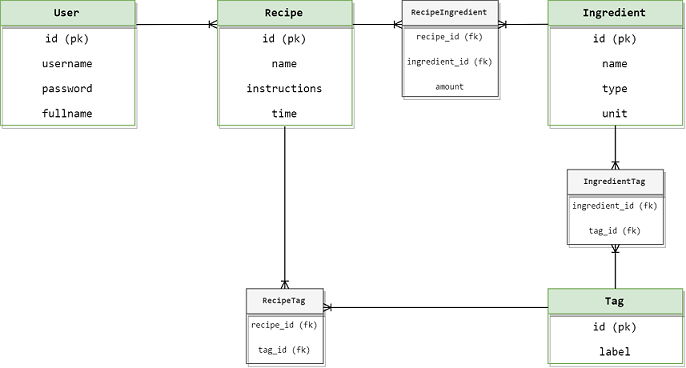
Before: project/kaavio.png, a diagram exported from draw.io (ilarijn/recipebase). Source tidied: cells renumbered, new cells last; positions are measured from the earlier drawing's top-left corner, leaving out a move shared by most shapes. Its diagram source:
```xml
<mxGraphModel>
  <root>
    <mxCell id="0" />
    <mxCell id="1" parent="0" />
    <mxCell id="2" value="User" style="swimlane;fontStyle=1;horizontal=1;startSize=26;fillColor=#d5e8d4;rounded=0;shadow=1;glass=0;comic=0;strokeColor=#82b366;swimlaneLine=1;fontFamily=Consolas;" parent="1" vertex="1">
      <mxGeometry width="140" height="130" as="geometry" />
    </mxCell>
    <mxCell id="3" value="id (pk)" style="text;strokeColor=none;fillColor=none;align=center;verticalAlign=top;spacingLeft=4;spacingRight=4;overflow=hidden;fontFamily=Consolas;" parent="2" vertex="1">
      <mxGeometry y="26" width="140" height="26" as="geometry" />
    </mxCell>
    <mxCell id="4" value="username" style="text;strokeColor=none;fillColor=none;align=center;verticalAlign=top;spacingLeft=4;spacingRight=4;overflow=hidden;shadow=1;fontFamily=Consolas;" parent="2" vertex="1">
      <mxGeometry y="52" width="140" height="26" as="geometry" />
    </mxCell>
    <mxCell id="5" value="password" style="text;strokeColor=none;fillColor=none;align=center;verticalAlign=top;spacingLeft=4;spacingRight=4;overflow=hidden;shadow=1;fontFamily=Consolas;" parent="2" vertex="1">
      <mxGeometry y="78" width="140" height="26" as="geometry" />
    </mxCell>
    <mxCell id="6" value="fullname" style="text;strokeColor=none;fillColor=none;align=center;verticalAlign=top;spacingLeft=4;spacingRight=4;overflow=hidden;shadow=1;fontFamily=Consolas;" parent="2" vertex="1">
      <mxGeometry y="104" width="140" height="26" as="geometry" />
    </mxCell>
    <mxCell id="7" value="Recipe" style="swimlane;fontStyle=1;horizontal=1;startSize=26;fillColor=#d5e8d4;rounded=0;shadow=1;glass=0;comic=0;strokeColor=#82b366;align=center;fontFamily=Consolas;" parent="1" vertex="1">
      <mxGeometry x="226" width="140" height="130" as="geometry" />
    </mxCell>
    <mxCell id="8" value="id (pk)" style="text;strokeColor=none;fillColor=none;align=center;verticalAlign=top;spacingLeft=4;spacingRight=4;overflow=hidden;points=[[0,0.5],[1,0.5]];portConstraint=eastwest;fontFamily=Consolas;" parent="7" vertex="1">
      <mxGeometry y="26" width="140" height="26" as="geometry" />
    </mxCell>
    <mxCell id="9" value="name" style="text;strokeColor=none;fillColor=none;align=center;verticalAlign=top;spacingLeft=4;spacingRight=4;overflow=hidden;fontFamily=Consolas;" parent="7" vertex="1">
      <mxGeometry y="52" width="140" height="26" as="geometry" />
    </mxCell>
    <mxCell id="10" value="instructions" style="text;strokeColor=none;fillColor=none;align=center;verticalAlign=top;spacingLeft=4;spacingRight=4;overflow=hidden;fontFamily=Consolas;" parent="7" vertex="1">
      <mxGeometry y="78" width="140" height="26" as="geometry" />
    </mxCell>
    <mxCell id="11" value="time" style="text;strokeColor=none;fillColor=none;align=center;verticalAlign=top;spacingLeft=4;spacingRight=4;overflow=hidden;fontFamily=Consolas;" parent="7" vertex="1">
      <mxGeometry y="104" width="140" height="26" as="geometry" />
    </mxCell>
    <mxCell id="12" value="Ingredient" style="swimlane;fontStyle=1;horizontal=1;startSize=26;fillColor=#d5e8d4;rounded=0;shadow=1;glass=0;comic=0;strokeColor=#82b366;align=center;fontFamily=Consolas;" parent="1" vertex="1">
      <mxGeometry x="570" width="140" height="130" as="geometry" />
    </mxCell>
    <mxCell id="13" value="id (pk)" style="text;strokeColor=none;fillColor=none;align=center;verticalAlign=top;spacingLeft=4;spacingRight=4;overflow=hidden;fontFamily=Consolas;" parent="12" vertex="1">
      <mxGeometry y="26" width="140" height="26" as="geometry" />
    </mxCell>
    <mxCell id="14" value="name" style="text;strokeColor=none;fillColor=none;align=center;verticalAlign=top;spacingLeft=4;spacingRight=4;overflow=hidden;fontFamily=Consolas;" parent="12" vertex="1">
      <mxGeometry y="52" width="140" height="26" as="geometry" />
    </mxCell>
    <mxCell id="15" value="type" style="text;strokeColor=none;fillColor=none;align=center;verticalAlign=top;spacingLeft=4;spacingRight=4;overflow=hidden;fontFamily=Consolas;" parent="12" vertex="1">
      <mxGeometry y="78" width="140" height="26" as="geometry" />
    </mxCell>
    <mxCell id="16" value="unit" style="text;strokeColor=none;fillColor=none;align=center;verticalAlign=top;spacingLeft=4;spacingRight=4;overflow=hidden;fontFamily=Consolas;" parent="12" vertex="1">
      <mxGeometry y="104" width="140" height="26" as="geometry" />
    </mxCell>
    <mxCell id="17" value="Tag" style="swimlane;fontStyle=1;horizontal=1;startSize=26;fillColor=#d5e8d4;rounded=0;shadow=1;glass=0;comic=0;strokeColor=#82b366;align=center;fontFamily=Consolas;" parent="1" vertex="1">
      <mxGeometry x="570" y="300" width="140" height="78" as="geometry" />
    </mxCell>
    <mxCell id="18" value="id (pk)" style="text;strokeColor=none;fillColor=none;align=center;verticalAlign=top;spacingLeft=4;spacingRight=4;overflow=hidden;fontFamily=Consolas;" parent="17" vertex="1">
      <mxGeometry y="26" width="140" height="26" as="geometry" />
    </mxCell>
    <mxCell id="19" value="label" style="text;strokeColor=none;fillColor=none;align=center;verticalAlign=top;spacingLeft=4;spacingRight=4;overflow=hidden;fontFamily=Consolas;" parent="17" vertex="1">
      <mxGeometry y="52" width="140" height="26" as="geometry" />
    </mxCell>
    <mxCell id="20" style="line;strokeWidth=1;fillColor=none;align=left;verticalAlign=middle;spacingTop=-1;spacingLeft=3;spacingRight=3;labelPosition=right;rounded=0;shadow=1;glass=0;comic=0;fontFamily=Consolas;" parent="1" vertex="1">
      <mxGeometry x="590" y="100" width="40" as="geometry" />
    </mxCell>
    <mxCell id="21" value="RecipeIngredient" style="swimlane;fontStyle=1;horizontal=1;startSize=26;fillColor=#f5f5f5;rounded=0;shadow=1;glass=0;comic=0;strokeColor=#666666;swimlaneLine=1;fontFamily=Consolas;fontSize=9;fontColor=#333333;" parent="1" vertex="1">
      <mxGeometry x="418" width="100" height="100" as="geometry" />
    </mxCell>
    <mxCell id="22" value="recipe_id (fk)" style="text;strokeColor=none;fillColor=none;align=center;verticalAlign=top;spacingLeft=4;spacingRight=4;overflow=hidden;shadow=1;fontFamily=Consolas;fontSize=9;" parent="21" vertex="1">
      <mxGeometry y="26" width="100" height="26" as="geometry" />
    </mxCell>
    <mxCell id="23" value="ingredient_id (fk)" style="text;strokeColor=none;fillColor=none;align=center;verticalAlign=top;spacingLeft=4;spacingRight=4;overflow=hidden;shadow=1;fontFamily=Consolas;fontSize=9;" parent="21" vertex="1">
      <mxGeometry y="52" width="100" height="26" as="geometry" />
    </mxCell>
    <mxCell id="24" value="amount" style="text;strokeColor=none;fillColor=none;align=center;verticalAlign=top;spacingLeft=4;spacingRight=4;overflow=hidden;shadow=1;fontFamily=Consolas;fontSize=9;" parent="21" vertex="1">
      <mxGeometry y="78" width="100" height="22" as="geometry" />
    </mxCell>
    <mxCell id="25" value="IngredientTag" style="swimlane;fontStyle=1;horizontal=1;startSize=26;fillColor=#f5f5f5;rounded=0;shadow=1;glass=0;comic=0;strokeColor=#666666;swimlaneLine=1;fontFamily=Consolas;fontSize=9;fontColor=#333333;" parent="1" vertex="1">
      <mxGeometry x="590" y="176" width="100" height="78" as="geometry" />
    </mxCell>
    <mxCell id="26" value="ingredient_id (fk)" style="text;strokeColor=none;fillColor=none;align=center;verticalAlign=top;spacingLeft=4;spacingRight=4;overflow=hidden;shadow=1;fontFamily=Consolas;fontSize=9;" parent="25" vertex="1">
      <mxGeometry y="26" width="100" height="26" as="geometry" />
    </mxCell>
    <mxCell id="27" value="tag_id (fk)" style="text;strokeColor=none;fillColor=none;align=center;verticalAlign=top;spacingLeft=4;spacingRight=4;overflow=hidden;shadow=1;fontFamily=Consolas;fontSize=9;" parent="25" vertex="1">
      <mxGeometry y="52" width="100" height="26" as="geometry" />
    </mxCell>
    <mxCell id="28" value="RecipeTag" style="swimlane;fontStyle=1;horizontal=1;startSize=26;fillColor=#f5f5f5;rounded=0;shadow=1;glass=0;comic=0;strokeColor=#666666;swimlaneLine=1;fontFamily=Consolas;fontSize=9;fontColor=#333333;" parent="1" vertex="1">
      <mxGeometry x="256" y="300" width="80" height="78" as="geometry" />
    </mxCell>
    <mxCell id="29" value="recipe_id (fk)" style="text;strokeColor=none;fillColor=none;align=center;verticalAlign=top;spacingLeft=4;spacingRight=4;overflow=hidden;shadow=1;fontFamily=Consolas;fontSize=9;" parent="28" vertex="1">
      <mxGeometry y="26" width="80" height="26" as="geometry" />
    </mxCell>
    <mxCell id="30" value="tag_id (fk)" style="text;strokeColor=none;fillColor=none;align=center;verticalAlign=top;spacingLeft=4;spacingRight=4;overflow=hidden;shadow=1;fontFamily=Consolas;fontSize=9;" parent="28" vertex="1">
      <mxGeometry y="52" width="80" height="26" as="geometry" />
    </mxCell>
    <mxCell id="31" style="fontSize=12;html=1;endArrow=ERoneToMany;exitX=1.011;exitY=0.193;exitDx=0;exitDy=0;exitPerimeter=0;entryX=-0.005;entryY=-0.045;entryDx=0;entryDy=0;entryPerimeter=0;" parent="1" edge="1" source="2" target="8">
      <mxGeometry relative="1" as="geometry" />
    </mxCell>
    <mxCell id="32" style="fontSize=12;html=1;endArrow=ERoneToMany;exitX=1.005;exitY=0.191;exitDx=0;exitDy=0;exitPerimeter=0;entryX=0;entryY=0.25;entryDx=0;entryDy=0;" parent="1" edge="1" source="7" target="21">
      <mxGeometry relative="1" as="geometry" />
    </mxCell>
    <mxCell id="33" style="fontSize=12;html=1;endArrow=ERoneToMany;entryX=1;entryY=0.25;entryDx=0;entryDy=0;exitX=0.001;exitY=0.19;exitDx=0;exitDy=0;exitPerimeter=0;" parent="1" edge="1" source="12" target="21">
      <mxGeometry relative="1" as="geometry" />
    </mxCell>
    <mxCell id="34" style="fontSize=12;html=1;endArrow=ERoneToMany;entryX=0.5;entryY=0;entryDx=0;entryDy=0;" parent="1" edge="1" target="28">
      <mxGeometry relative="1" as="geometry">
        <mxPoint x="296" y="131" as="sourcePoint" />
      </mxGeometry>
    </mxCell>
    <mxCell id="35" style="fontSize=12;html=1;endArrow=ERoneToMany;entryX=0.5;entryY=0;entryDx=0;entryDy=0;exitX=0.5;exitY=1;exitDx=0;exitDy=0;" parent="1" edge="1" source="12" target="25">
      <mxGeometry relative="1" as="geometry" />
    </mxCell>
    <mxCell id="36" style="fontSize=12;html=1;endArrow=ERoneToMany;entryX=0.5;entryY=1;entryDx=0;entryDy=0;" parent="1" edge="1" target="25">
      <mxGeometry relative="1" as="geometry">
        <mxPoint x="640" y="300" as="sourcePoint" />
      </mxGeometry>
    </mxCell>
    <mxCell id="37" style="fontSize=12;html=1;endArrow=ERoneToMany;exitX=0;exitY=0.25;exitDx=0;exitDy=0;entryX=1;entryY=0.25;entryDx=0;entryDy=0;" parent="1" edge="1" source="17" target="28">
      <mxGeometry relative="1" as="geometry" />
    </mxCell>
  </root>
</mxGraphModel>
```
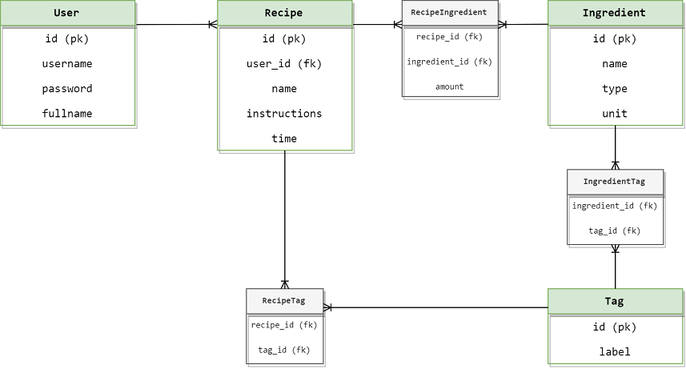
The same file after the commit.

Diff of the diagram source:
```diff
@@ -18,20 +18,23 @@
       <mxGeometry y="104" width="140" height="26" as="geometry" />
     </mxCell>
     <mxCell id="7" value="Recipe" style="swimlane;fontStyle=1;horizontal=1;startSize=26;fillColor=#d5e8d4;rounded=0;shadow=1;glass=0;comic=0;strokeColor=#82b366;align=center;fontFamily=Consolas;" parent="1" vertex="1">
-      <mxGeometry x="226" width="140" height="130" as="geometry" />
+      <mxGeometry x="226" width="140" height="156" as="geometry" />
     </mxCell>
     <mxCell id="8" value="id (pk)" style="text;strokeColor=none;fillColor=none;align=center;verticalAlign=top;spacingLeft=4;spacingRight=4;overflow=hidden;points=[[0,0.5],[1,0.5]];portConstraint=eastwest;fontFamily=Consolas;" parent="7" vertex="1">
       <mxGeometry y="26" width="140" height="26" as="geometry" />
     </mxCell>
-    <mxCell id="9" value="name" style="text;strokeColor=none;fillColor=none;align=center;verticalAlign=top;spacingLeft=4;spacingRight=4;overflow=hidden;fontFamily=Consolas;" parent="7" vertex="1">
+    <mxCell id="9" value="user_id (fk)" style="text;strokeColor=none;fillColor=none;align=center;verticalAlign=top;spacingLeft=4;spacingRight=4;overflow=hidden;fontFamily=Consolas;" parent="7" vertex="1">
       <mxGeometry y="52" width="140" height="26" as="geometry" />
     </mxCell>
-    <mxCell id="10" value="instructions" style="text;strokeColor=none;fillColor=none;align=center;verticalAlign=top;spacingLeft=4;spacingRight=4;overflow=hidden;fontFamily=Consolas;" parent="7" vertex="1">
+    <mxCell id="10" value="name" style="text;strokeColor=none;fillColor=none;align=center;verticalAlign=top;spacingLeft=4;spacingRight=4;overflow=hidden;fontFamily=Consolas;" parent="7" vertex="1">
       <mxGeometry y="78" width="140" height="26" as="geometry" />
     </mxCell>
-    <mxCell id="11" value="time" style="text;strokeColor=none;fillColor=none;align=center;verticalAlign=top;spacingLeft=4;spacingRight=4;overflow=hidden;fontFamily=Consolas;" parent="7" vertex="1">
+    <mxCell id="11" value="instructions" style="text;strokeColor=none;fillColor=none;align=center;verticalAlign=top;spacingLeft=4;spacingRight=4;overflow=hidden;fontFamily=Consolas;" parent="7" vertex="1">
       <mxGeometry y="104" width="140" height="26" as="geometry" />
     </mxCell>
+    <mxCell id="38" value="time" style="text;strokeColor=none;fillColor=none;align=center;verticalAlign=top;spacingLeft=4;spacingRight=4;overflow=hidden;points=[[0,0.5],[1,0.5]];portConstraint=eastwest;fontFamily=Consolas;" parent="7" vertex="1">
+      <mxGeometry y="130" width="140" height="26" as="geometry" />
+    </mxCell>
     <mxCell id="12" value="Ingredient" style="swimlane;fontStyle=1;horizontal=1;startSize=26;fillColor=#d5e8d4;rounded=0;shadow=1;glass=0;comic=0;strokeColor=#82b366;align=center;fontFamily=Consolas;" parent="1" vertex="1">
       <mxGeometry x="570" width="140" height="130" as="geometry" />
     </mxCell>
@@ -92,16 +95,16 @@
     <mxCell id="31" style="fontSize=12;html=1;endArrow=ERoneToMany;exitX=1.011;exitY=0.193;exitDx=0;exitDy=0;exitPerimeter=0;entryX=-0.005;entryY=-0.045;entryDx=0;entryDy=0;entryPerimeter=0;" parent="1" edge="1" source="2" target="8">
       <mxGeometry relative="1" as="geometry" />
     </mxCell>
-    <mxCell id="32" style="fontSize=12;html=1;endArrow=ERoneToMany;exitX=1.005;exitY=0.191;exitDx=0;exitDy=0;exitPerimeter=0;entryX=0;entryY=0.25;entryDx=0;entryDy=0;" parent="1" edge="1" source="7" target="21">
-      <mxGeometry relative="1" as="geometry" />
+    <mxCell id="32" style="fontSize=12;html=1;endArrow=ERoneToMany;entryX=0;entryY=0.25;entryDx=0;entryDy=0;" parent="1" edge="1" target="21">
+      <mxGeometry relative="1" as="geometry">
+        <mxPoint x="367" y="25" as="sourcePoint" />
+      </mxGeometry>
     </mxCell>
     <mxCell id="33" style="fontSize=12;html=1;endArrow=ERoneToMany;entryX=1;entryY=0.25;entryDx=0;entryDy=0;exitX=0.001;exitY=0.19;exitDx=0;exitDy=0;exitPerimeter=0;" parent="1" edge="1" source="12" target="21">
       <mxGeometry relative="1" as="geometry" />
     </mxCell>
-    <mxCell id="34" style="fontSize=12;html=1;endArrow=ERoneToMany;entryX=0.5;entryY=0;entryDx=0;entryDy=0;" parent="1" edge="1" target="28">
-      <mxGeometry relative="1" as="geometry">
-        <mxPoint x="296" y="131" as="sourcePoint" />
-      </mxGeometry>
+    <mxCell id="34" style="fontSize=12;html=1;endArrow=ERoneToMany;entryX=0.5;entryY=0;entryDx=0;entryDy=0;" parent="1" edge="1" source="38" target="28">
+      <mxGeometry relative="1" as="geometry" />
     </mxCell>
     <mxCell id="35" style="fontSize=12;html=1;endArrow=ERoneToMany;entryX=0.5;entryY=0;entryDx=0;entryDy=0;exitX=0.5;exitY=1;exitDx=0;exitDy=0;" parent="1" edge="1" source="12" target="25">
       <mxGeometry relative="1" as="geometry" />
```
